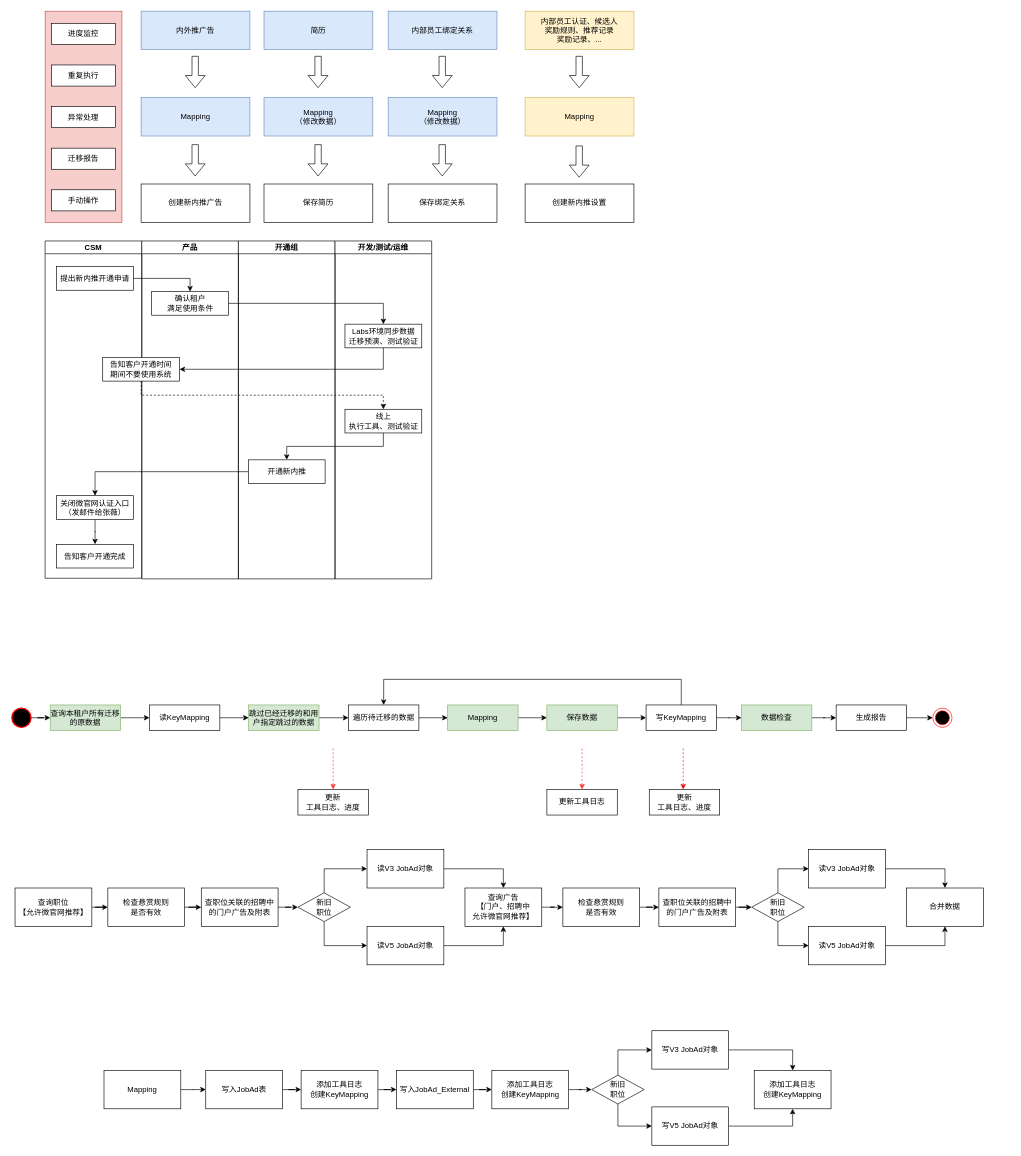
Earlier version of the draw.io diagram 内外推架构.drawio (Lucas20029/A-Beisen-MicroSite-Diagrams). Source tidied: cells renumbered, new cells numbered last; positions are measured from the earlier drawing's top-left corner, leaving out a move shared by most shapes. Both pictures are drawn from the tidied source at 64%, with x=0, y=0 at pixel (12, 11).
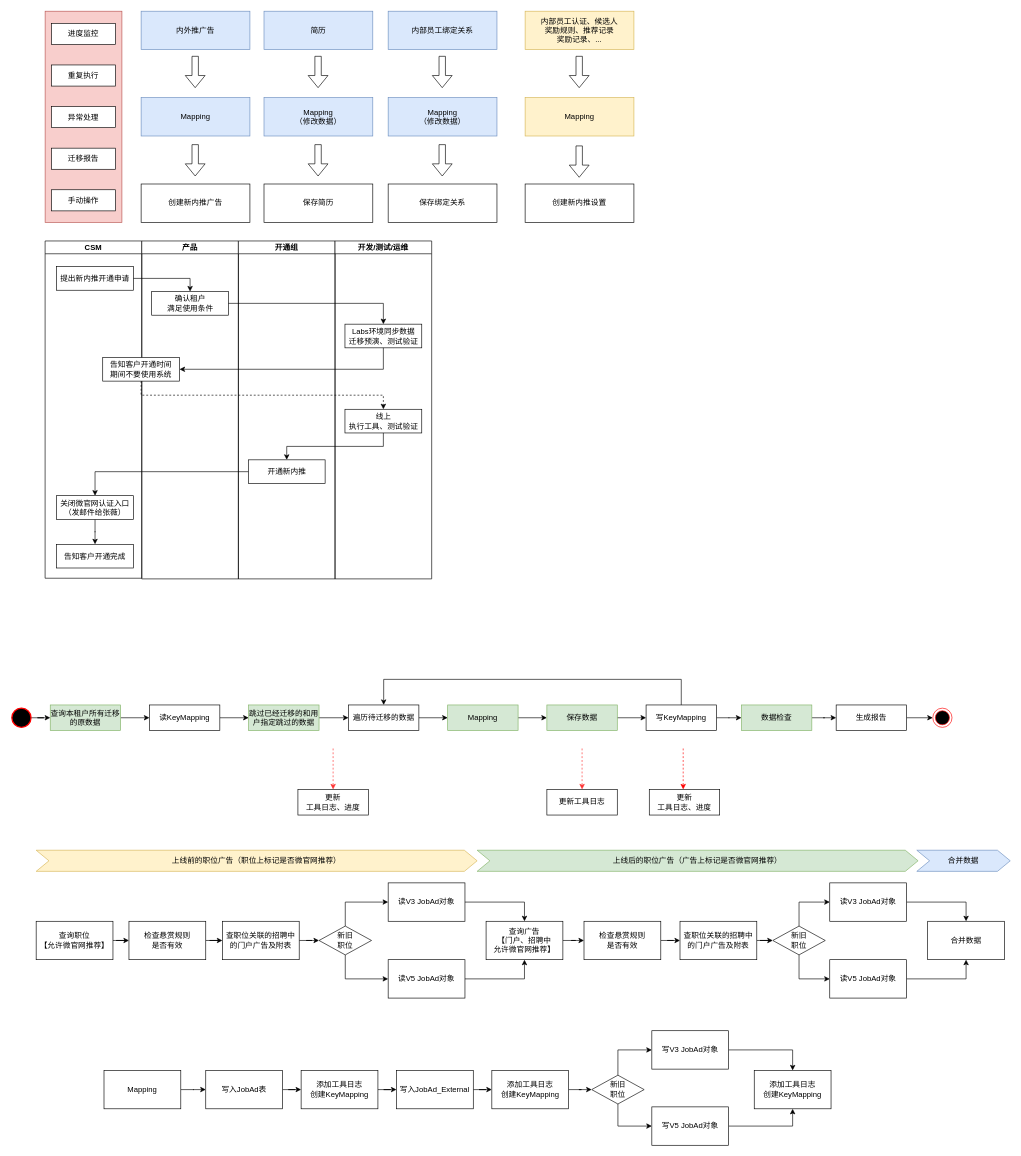
After the change.

Commit message:
Update 内外推架构.drawio

Change to the diagram source:
```diff
@@
     <mxCell id="76" value="查询职位&lt;br&gt;【允许微官网推荐】" style="whiteSpace=wrap;html=1;" parent="1" vertex="1">
-      <mxGeometry x="5" y="1370" width="120" height="60" as="geometry" />
+      <mxGeometry x="38" y="1422" width="120" height="60" as="geometry" />
     </mxCell>
@@
     <mxCell id="78" value="检查悬赏规则&lt;br&gt;是否有效" style="whiteSpace=wrap;html=1;" parent="1" vertex="1">
-      <mxGeometry x="150" y="1370" width="120" height="60" as="geometry" />
+      <mxGeometry x="183" y="1422" width="120" height="60" as="geometry" />
     </mxCell>
@@
     <mxCell id="80" value="查职位关联的招聘中的门户广告及附表" style="whiteSpace=wrap;html=1;" parent="1" vertex="1">
-      <mxGeometry x="296" y="1370" width="120" height="60" as="geometry" />
+      <mxGeometry x="329" y="1422" width="120" height="60" as="geometry" />
     </mxCell>
@@
     <mxCell id="82" value="查询广告&lt;br&gt;【门户、招聘中&lt;br&gt;允许微官网推荐】" style="whiteSpace=wrap;html=1;" parent="1" vertex="1">
-      <mxGeometry x="708" y="1370" width="120" height="60" as="geometry" />
+      <mxGeometry x="741" y="1422" width="120" height="60" as="geometry" />
     </mxCell>
     <mxCell id="83" value="合并数据" style="whiteSpace=wrap;html=1;" parent="1" vertex="1">
-      <mxGeometry x="1398" y="1370" width="120" height="60" as="geometry" />
+      <mxGeometry x="1431" y="1422" width="120" height="60" as="geometry" />
     </mxCell>
@@
     <mxCell id="85" value="检查悬赏规则&lt;br&gt;是否有效" style="whiteSpace=wrap;html=1;" parent="1" vertex="1">
-      <mxGeometry x="861" y="1370" width="120" height="60" as="geometry" />
+      <mxGeometry x="894" y="1422" width="120" height="60" as="geometry" />
     </mxCell>
@@
     <mxCell id="87" value="查职位关联的招聘中的门户广告及附表" style="whiteSpace=wrap;html=1;" parent="1" vertex="1">
-      <mxGeometry x="1011" y="1370" width="120" height="60" as="geometry" />
+      <mxGeometry x="1044" y="1422" width="120" height="60" as="geometry" />
     </mxCell>
@@
     <mxCell id="90" value="新旧&lt;br&gt;职位" style="rhombus;whiteSpace=wrap;html=1;" parent="1" vertex="1">
-      <mxGeometry x="447" y="1377.5" width="82" height="45" as="geometry" />
+      <mxGeometry x="480" y="1429.5" width="82" height="45" as="geometry" />
     </mxCell>
@@
     <mxCell id="92" value="读V3 JobAd对象" style="whiteSpace=wrap;html=1;" parent="1" vertex="1">
-      <mxGeometry x="555" y="1310" width="120" height="60" as="geometry" />
+      <mxGeometry x="588" y="1362" width="120" height="60" as="geometry" />
     </mxCell>
@@
     <mxCell id="94" value="读V5 JobAd对象" style="whiteSpace=wrap;html=1;" parent="1" vertex="1">
-      <mxGeometry x="555" y="1430" width="120" height="60" as="geometry" />
+      <mxGeometry x="588" y="1482" width="120" height="60" as="geometry" />
     </mxCell>
@@
     <mxCell id="97" value="新旧&lt;br&gt;职位" style="rhombus;whiteSpace=wrap;html=1;" parent="1" vertex="1">
-      <mxGeometry x="1156" y="1377.5" width="82" height="45" as="geometry" />
+      <mxGeometry x="1189" y="1429.5" width="82" height="45" as="geometry" />
     </mxCell>
@@
     <mxCell id="99" value="读V3 JobAd对象" style="whiteSpace=wrap;html=1;" parent="1" vertex="1">
-      <mxGeometry x="1245" y="1310" width="120" height="60" as="geometry" />
+      <mxGeometry x="1278" y="1362" width="120" height="60" as="geometry" />
     </mxCell>
@@
     <mxCell id="101" value="读V5 JobAd对象" style="whiteSpace=wrap;html=1;" parent="1" vertex="1">
-      <mxGeometry x="1245" y="1430" width="120" height="60" as="geometry" />
+      <mxGeometry x="1278" y="1482" width="120" height="60" as="geometry" />
     </mxCell>
@@
+    <mxCell id="120" value="上线前的职位广告（职位上标记是否微官网推荐）" style="shape=step;perimeter=stepPerimeter;whiteSpace=wrap;html=1;fixedSize=1;fillColor=#fff2cc;strokeColor=#d6b656;" parent="1" vertex="1">
+      <mxGeometry x="38" y="1311" width="689" height="33" as="geometry" />
+    </mxCell>
+    <mxCell id="121" value="上线后的职位广告（广告上标记是否微官网推荐）" style="shape=step;perimeter=stepPerimeter;whiteSpace=wrap;html=1;fixedSize=1;fillColor=#d5e8d4;strokeColor=#82b366;" parent="1" vertex="1">
+      <mxGeometry x="727" y="1311" width="689" height="33" as="geometry" />
+    </mxCell>
+    <mxCell id="122" value="合并数据" style="shape=step;perimeter=stepPerimeter;whiteSpace=wrap;html=1;fixedSize=1;fillColor=#dae8fc;strokeColor=#6c8ebf;" parent="1" vertex="1">
+      <mxGeometry x="1414" y="1311" width="146" height="33" as="geometry" />
+    </mxCell>
```
